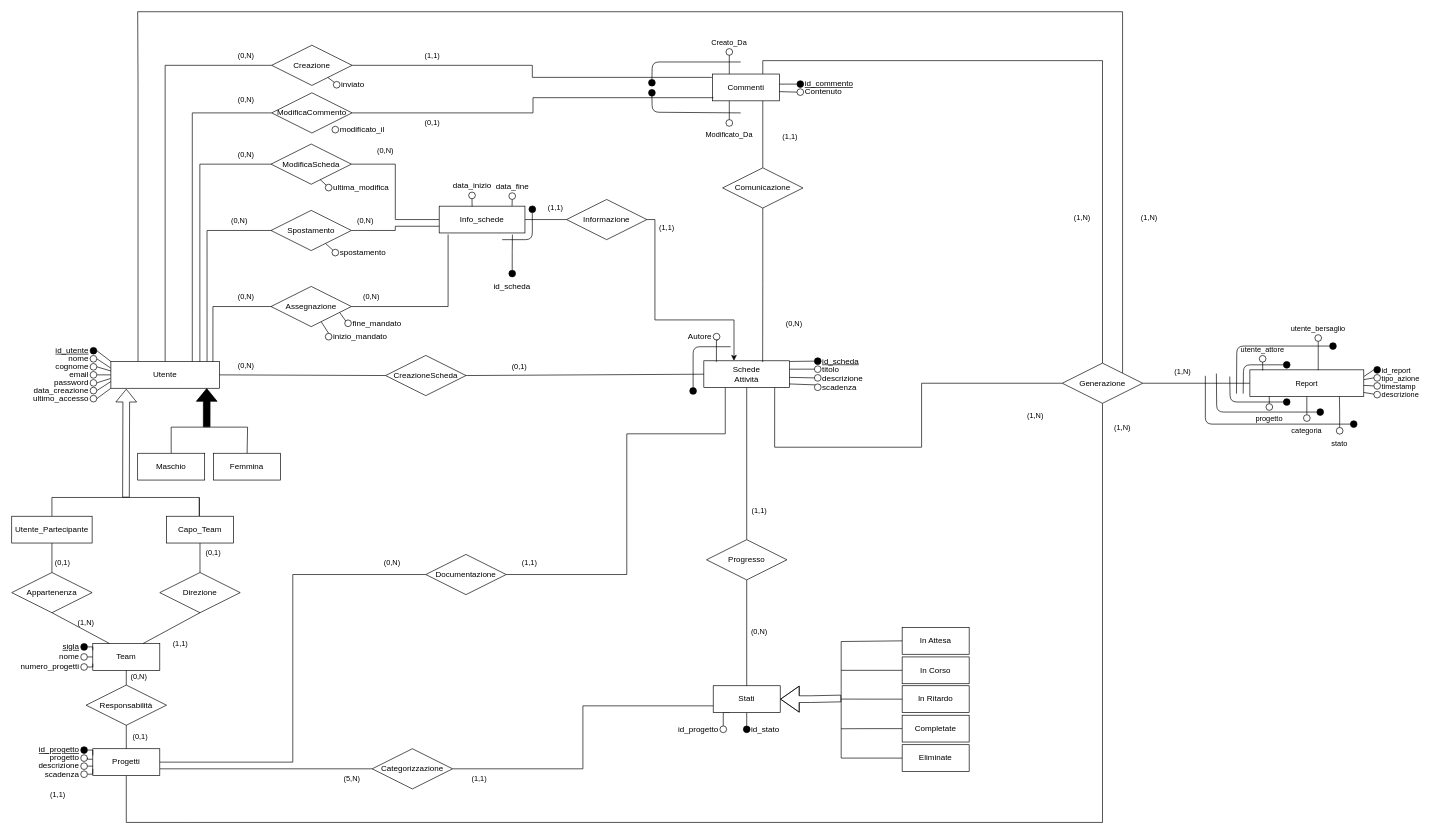
Earlier version of the draw.io diagram modello ER Progetti Collaborativi.drawio (LuigiPuca/SWBD). Source tidied: cells renumbered, new cells numbered last; positions are measured from the earlier drawing's top-left corner, leaving out a move shared by most shapes. Both pictures are drawn from the tidied source at 67%, with x=0, y=0 at pixel (11, 11).
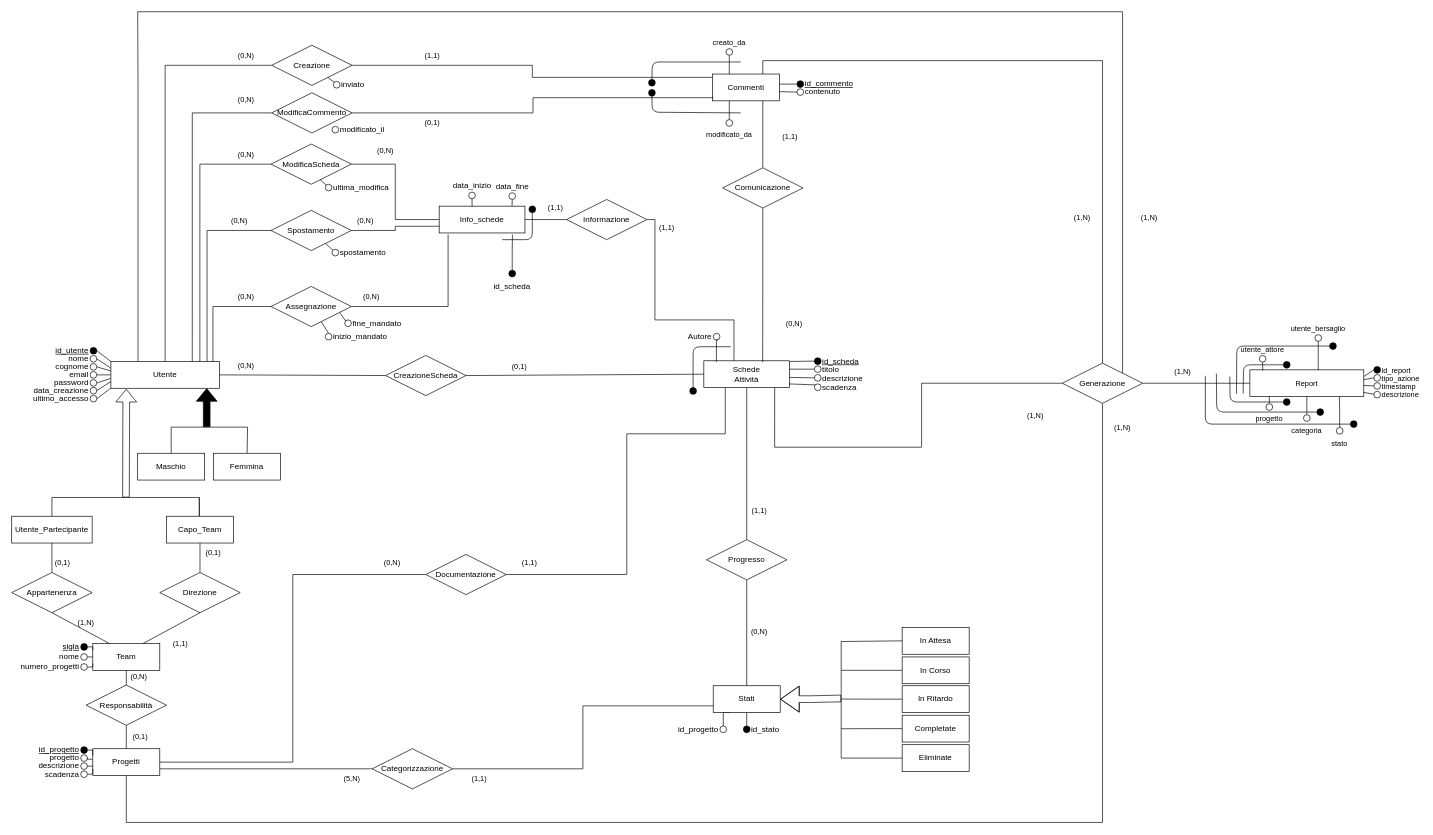
The same diagram, later.

The change refers to these unchanged cells:
```xml
<mxCell id="26" value="Schede&lt;br&gt;Attività" style="whiteSpace=wrap;html=1;align=center;flipH=0;flipV=0;" parent="1" vertex="1">
  <mxGeometry x="1033" y="521" width="128" height="40" as="geometry" />
</mxCell>
<mxCell id="167" value="Informazione" style="shape=rhombus;perimeter=rhombusPerimeter;whiteSpace=wrap;html=1;align=center;" parent="1" vertex="1">
  <mxGeometry x="828" y="280.2" width="120" height="60" as="geometry" />
</mxCell>
```

What changed in the source:
```diff
@@
-    <mxCell id="59" value="Contenuto" style="ellipse;whiteSpace=wrap;html=1;align=left;labelPosition=right;verticalLabelPosition=middle;verticalAlign=middle;fillColor=#FFFFFF;strokeColor=default;fillStyle=auto;gradientColor=none;" parent="1" vertex="1">
+    <mxCell id="59" value="contenuto" style="ellipse;whiteSpace=wrap;html=1;align=left;labelPosition=right;verticalLabelPosition=middle;verticalAlign=middle;fillColor=#FFFFFF;strokeColor=default;fillStyle=auto;gradientColor=none;" parent="1" vertex="1">
       <mxGeometry x="1172" y="115" width="10" height="10" as="geometry" />
     </mxCell>
@@
-    <mxCell id="99" value="Creato_Da" style="ellipse;whiteSpace=wrap;html=1;align=center;labelPosition=center;verticalLabelPosition=top;verticalAlign=bottom;fillStyle=auto;fontFamily=Helvetica;fontSize=11;" parent="1" vertex="1">
+    <mxCell id="99" value="creato_da" style="ellipse;whiteSpace=wrap;html=1;align=center;labelPosition=center;verticalLabelPosition=top;verticalAlign=bottom;fillStyle=auto;fontFamily=Helvetica;fontSize=11;" parent="1" vertex="1">
       <mxGeometry x="1066" y="55" width="10" height="10" as="geometry" />
     </mxCell>
@@
-    <mxCell id="101" value="Modificato_Da" style="ellipse;whiteSpace=wrap;html=1;align=center;labelPosition=center;verticalLabelPosition=bottom;verticalAlign=top;fillStyle=auto;fontFamily=Helvetica;fontSize=11;" parent="1" vertex="1">
+    <mxCell id="101" value="modificato_da" style="ellipse;whiteSpace=wrap;html=1;align=center;labelPosition=center;verticalLabelPosition=bottom;verticalAlign=top;fillStyle=auto;fontFamily=Helvetica;fontSize=11;" parent="1" vertex="1">
       <mxGeometry x="1066" y="161" width="10" height="10" as="geometry" />
     </mxCell>
@@
-    <mxCell id="106" value="(1,1)" style="text;html=1;strokeColor=none;fillColor=none;align=center;verticalAlign=middle;whiteSpace=wrap;rounded=0;fontSize=11;fontFamily=Helvetica;fontColor=default;" parent="1" vertex="1">
-      <mxGeometry x="39" y="1153" width="60" height="30" as="geometry" />
-    </mxCell>
@@
-    <mxCell id="166" style="edgeStyle=orthogonalEdgeStyle;rounded=0;jettySize=auto;html=1;exitX=1;exitY=0.5;exitDx=0;exitDy=0;" parent="1" edge="1" source="167" target="26">
+    <mxCell id="166" style="edgeStyle=orthogonalEdgeStyle;rounded=0;jettySize=auto;html=1;exitX=1;exitY=0.5;exitDx=0;exitDy=0;endArrow=none;endFill=0;" parent="1" edge="1" source="167" target="26">
       <mxGeometry relative="1" as="geometry">
         <Array as="points">
           <mxPoint x="960" y="460" />
           <mxPoint x="1078" y="460" />
         </Array>
       </mxGeometry>
     </mxCell>
```
